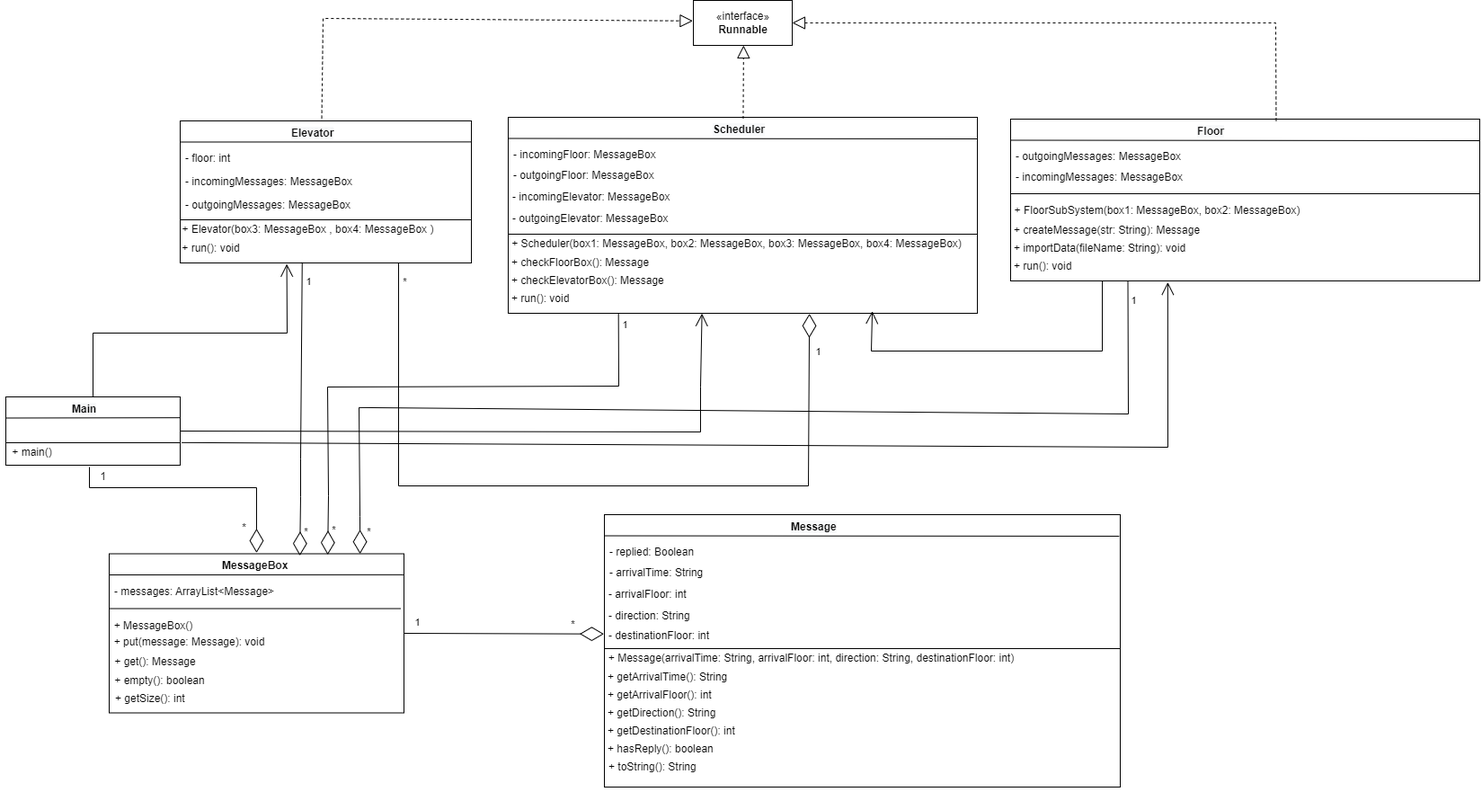
Earlier version of the draw.io export ClassDiagram.png (HamMan39/SYSC3303_ElevatorSimulator). Source tidied: cells renumbered, new cells last; positions are measured from the earlier drawing's top-left corner, leaving out a move shared by most shapes.
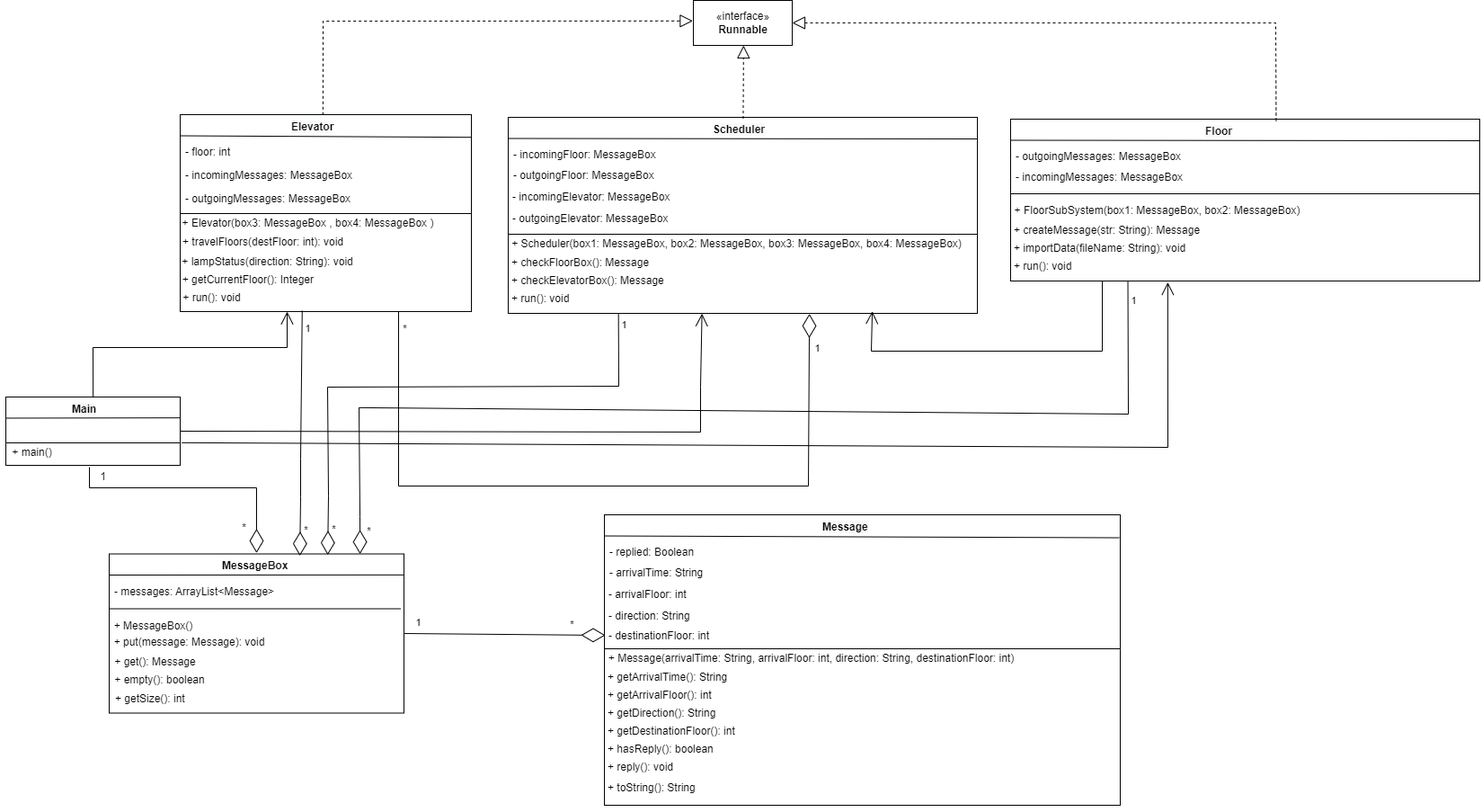
Above is the later version.

Commit message:
Updated class diagram

The edit, as a diff of the source:
```diff
@@ -3,33 +3,33 @@
     <mxCell id="0" />
     <mxCell id="1" parent="0" />
     <mxCell id="2" style="rounded=0;whiteSpace=wrap;html=1;" parent="1" vertex="1">
-      <mxGeometry x="200" y="134" width="324" height="158" as="geometry" />
+      <mxGeometry x="200" y="127" width="324" height="219" as="geometry" />
     </mxCell>
-    <mxCell id="3" style="endArrow=none;html=1;rounded=0;exitX=0;exitY=0.25;exitDx=0;exitDy=0;entryX=1;entryY=0.148;entryDx=0;entryDy=0;entryPerimeter=0;" parent="1" edge="1" target="2">
+    <mxCell id="3" style="endArrow=none;html=1;rounded=0;exitX=0;exitY=0.25;exitDx=0;exitDy=0;entryX=1.001;entryY=0.115;entryDx=0;entryDy=0;entryPerimeter=0;" parent="1" edge="1" target="2">
       <mxGeometry relative="1" as="geometry">
-        <mxPoint x="200" y="157.5" as="sourcePoint" />
+        <mxPoint x="200" y="150.5" as="sourcePoint" />
       </mxGeometry>
     </mxCell>
     <mxCell id="4" value="&lt;span style=&quot;color: rgb(0, 0, 0); font-family: Helvetica; font-size: 12px; font-style: normal; font-variant-ligatures: normal; font-variant-caps: normal; font-weight: 700; letter-spacing: normal; orphans: 2; text-align: center; text-indent: 0px; text-transform: none; widows: 2; word-spacing: 0px; -webkit-text-stroke-width: 0px; background-color: rgb(248, 249, 250); text-decoration-thickness: initial; text-decoration-style: initial; text-decoration-color: initial; float: none; display: inline !important;&quot;&gt;Elevator&lt;/span&gt;" style="text;whiteSpace=wrap;html=1;" parent="1" vertex="1">
-      <mxGeometry x="322" y="134" width="80" height="40" as="geometry" />
+      <mxGeometry x="322" y="127" width="80" height="40" as="geometry" />
     </mxCell>
     <mxCell id="5" value="- floor: int" style="text;align=left;verticalAlign=top;spacingLeft=4;spacingRight=4;overflow=hidden;" parent="1" vertex="1">
-      <mxGeometry x="200" y="162" width="300" height="26" as="geometry" />
+      <mxGeometry x="200" y="155" width="300" height="26" as="geometry" />
     </mxCell>
     <mxCell id="6" value="- incomingMessages: MessageBox " style="text;align=left;verticalAlign=top;spacingLeft=4;spacingRight=4;overflow=hidden;rounded=0;shadow=0;html=0;" parent="1" vertex="1">
-      <mxGeometry x="200" y="188" width="300" height="26" as="geometry" />
+      <mxGeometry x="200" y="181" width="300" height="26" as="geometry" />
     </mxCell>
     <mxCell id="7" value="- outgoingMessages: MessageBox" style="text;align=left;verticalAlign=top;spacingLeft=4;spacingRight=4;overflow=hidden;rounded=0;shadow=0;html=0;" parent="1" vertex="1">
-      <mxGeometry x="200" y="214" width="300" height="26" as="geometry" />
+      <mxGeometry x="200" y="207" width="300" height="26" as="geometry" />
     </mxCell>
     <mxCell id="8" value="+ Elevator(box3: MessageBox , box4: MessageBox )" style="text;html=1;align=center;verticalAlign=middle;strokeColor=none;fillColor=none;" parent="1" vertex="1">
-      <mxGeometry x="192" y="240" width="300" height="30" as="geometry" />
+      <mxGeometry x="192" y="233" width="300" height="30" as="geometry" />
     </mxCell>
     <mxCell id="9" value="+ run(): void" style="text;html=1;align=center;verticalAlign=middle;strokeColor=none;fillColor=none;" parent="1" vertex="1">
-      <mxGeometry x="189" y="261" width="90" height="30" as="geometry" />
+      <mxGeometry x="190" y="316" width="90" height="30" as="geometry" />
     </mxCell>
     <mxCell id="10" style="line;html=1;strokeWidth=1;align=left;verticalAlign=middle;spacingTop=-1;spacingLeft=3;spacingRight=3;labelPosition=right;" parent="1" vertex="1">
-      <mxGeometry x="200" y="240" width="324" height="8" as="geometry" />
+      <mxGeometry x="200" y="233" width="324" height="8" as="geometry" />
     </mxCell>
     <mxCell id="11" style="rounded=0;whiteSpace=wrap;html=1;" parent="1" vertex="1">
       <mxGeometry x="121" y="615.5" width="328" height="177" as="geometry" />
@@ -106,7 +106,7 @@
       <mxGeometry x="567" y="318" width="100" height="40" as="geometry" />
     </mxCell>
     <mxCell id="34" style="rounded=0;whiteSpace=wrap;html=1;" parent="1" vertex="1">
-      <mxGeometry x="672" y="572" width="574" height="303" as="geometry" />
+      <mxGeometry x="672" y="572" width="574" height="323" as="geometry" />
     </mxCell>
     <mxCell id="35" style="endArrow=none;html=1;rounded=0;exitX=0;exitY=0.25;exitDx=0;exitDy=0;entryX=0.998;entryY=0.079;entryDx=0;entryDy=0;entryPerimeter=0;" parent="1" edge="1" target="34">
       <mxGeometry relative="1" as="geometry">
@@ -114,7 +114,7 @@
       </mxGeometry>
     </mxCell>
     <mxCell id="36" value="&lt;span style=&quot;color: rgb(0, 0, 0); font-family: Helvetica; font-size: 12px; font-style: normal; font-variant-ligatures: normal; font-variant-caps: normal; font-weight: 700; letter-spacing: normal; orphans: 2; text-align: center; text-indent: 0px; text-transform: none; widows: 2; word-spacing: 0px; -webkit-text-stroke-width: 0px; background-color: rgb(248, 249, 250); text-decoration-thickness: initial; text-decoration-style: initial; text-decoration-color: initial; float: none; display: inline !important;&quot;&gt;Message&lt;/span&gt;" style="text;whiteSpace=wrap;html=1;" parent="1" vertex="1">
-      <mxGeometry x="878" y="572" width="80" height="40" as="geometry" />
+      <mxGeometry x="913" y="572" width="80" height="40" as="geometry" />
     </mxCell>
     <mxCell id="37" value="- replied: Boolean" style="text;align=left;verticalAlign=top;spacingLeft=4;spacingRight=4;overflow=hidden;" parent="1" vertex="1">
       <mxGeometry x="672" y="600" width="300" height="26" as="geometry" />
@@ -153,7 +153,7 @@
       <mxGeometry x="674" y="819" width="150" height="40" as="geometry" />
     </mxCell>
     <mxCell id="49" value="+ toString(): String" style="text;whiteSpace=wrap;html=1;" parent="1" vertex="1">
-      <mxGeometry x="675" y="839" width="130" height="40" as="geometry" />
+      <mxGeometry x="674" y="862" width="130" height="40" as="geometry" />
     </mxCell>
     <mxCell id="50" style="rounded=0;whiteSpace=wrap;html=1;" parent="1" vertex="1">
       <mxGeometry x="1124" y="132" width="522" height="180" as="geometry" />
@@ -165,7 +165,7 @@
       </mxGeometry>
     </mxCell>
     <mxCell id="52" value="&lt;span style=&quot;color: rgb(0, 0, 0); font-family: Helvetica; font-size: 12px; font-style: normal; font-variant-ligatures: normal; font-variant-caps: normal; font-weight: 700; letter-spacing: normal; orphans: 2; text-align: center; text-indent: 0px; text-transform: none; widows: 2; word-spacing: 0px; -webkit-text-stroke-width: 0px; background-color: rgb(248, 249, 250); text-decoration-thickness: initial; text-decoration-style: initial; text-decoration-color: initial; float: none; display: inline !important;&quot;&gt;Floor&lt;/span&gt;" style="text;whiteSpace=wrap;html=1;" parent="1" vertex="1">
-      <mxGeometry x="1330" y="132" width="80" height="40" as="geometry" />
+      <mxGeometry x="1339" y="132" width="80" height="40" as="geometry" />
     </mxCell>
     <mxCell id="53" value="- outgoingMessages: MessageBox " style="text;align=left;verticalAlign=top;spacingLeft=4;spacingRight=4;overflow=hidden;" parent="1" vertex="1">
       <mxGeometry x="1124" y="160" width="300" height="26" as="geometry" />
@@ -205,10 +205,10 @@
     <mxCell id="64" style="line;html=1;strokeWidth=1;align=left;verticalAlign=middle;spacingTop=-1;spacingLeft=3;spacingRight=3;labelPosition=right;" parent="1" vertex="1">
       <mxGeometry x="6" y="488" width="194" height="8" as="geometry" />
     </mxCell>
-    <mxCell id="65" style="endArrow=block;dashed=1;endFill=0;endSize=12;html=1;rounded=0;exitX=0.444;exitY=-0.071;exitDx=0;exitDy=0;exitPerimeter=0;entryX=-0.005;entryY=0.456;entryDx=0;entryDy=0;entryPerimeter=0;" parent="1" edge="1" source="4" target="21">
+    <mxCell id="65" style="endArrow=block;dashed=1;endFill=0;endSize=12;html=1;rounded=0;entryX=-0.005;entryY=0.456;entryDx=0;entryDy=0;entryPerimeter=0;exitX=0.461;exitY=0.008;exitDx=0;exitDy=0;exitPerimeter=0;" parent="1" edge="1" source="4" target="21">
       <mxGeometry relative="1" as="geometry">
         <Array as="points">
-          <mxPoint x="359" y="20" />
+          <mxPoint x="359" y="23" />
         </Array>
       </mxGeometry>
     </mxCell>
@@ -225,11 +225,12 @@
         </Array>
       </mxGeometry>
     </mxCell>
-    <mxCell id="68" style="endArrow=open;endFill=1;endSize=12;html=1;rounded=0;exitX=0.5;exitY=0;exitDx=0;exitDy=0;entryX=0.366;entryY=1.007;entryDx=0;entryDy=0;entryPerimeter=0;" parent="1" edge="1" source="60" target="2">
+    <mxCell id="68" style="endArrow=open;endFill=1;endSize=12;html=1;rounded=0;exitX=0.314;exitY=-0.013;exitDx=0;exitDy=0;exitPerimeter=0;" parent="1" edge="1" source="62">
       <mxGeometry relative="1" as="geometry">
+        <mxPoint x="319" y="346" as="targetPoint" />
         <Array as="points">
-          <mxPoint x="103" y="370" />
-          <mxPoint x="319" y="370" />
+          <mxPoint x="103" y="386" />
+          <mxPoint x="319" y="386" />
         </Array>
       </mxGeometry>
     </mxCell>
@@ -279,7 +280,7 @@
     </mxCell>
     <mxCell id="76" value="*" style="edgeLabel;html=1;align=center;verticalAlign=middle;" parent="74" vertex="1">
       <mxGeometry x="0.75" y="1" relative="1" as="geometry">
-        <mxPoint x="4" y="13" as="offset" />
+        <mxPoint x="5" y="4" as="offset" />
       </mxGeometry>
     </mxCell>
     <mxCell id="77" style="endArrow=diamondThin;endFill=0;endSize=24;html=1;rounded=0;entryX=0.723;entryY=0.012;entryDx=0;entryDy=0;entryPerimeter=0;exitX=0.235;exitY=1;exitDx=0;exitDy=0;exitPerimeter=0;" parent="1" edge="1" source="22">
@@ -302,8 +303,10 @@
         <mxPoint x="4" y="45" as="offset" />
       </mxGeometry>
     </mxCell>
-    <mxCell id="80" style="endArrow=diamondThin;endFill=0;endSize=24;html=1;rounded=0;exitX=1;exitY=0.5;exitDx=0;exitDy=0;entryX=-0.001;entryY=0.438;entryDx=0;entryDy=0;entryPerimeter=0;" parent="1" edge="1" source="11" target="34">
-      <mxGeometry relative="1" as="geometry" />
+    <mxCell id="80" style="endArrow=diamondThin;endFill=0;endSize=24;html=1;rounded=0;exitX=1;exitY=0.5;exitDx=0;exitDy=0;" parent="1" edge="1" source="11">
+      <mxGeometry relative="1" as="geometry">
+        <mxPoint x="673" y="706" as="targetPoint" />
+      </mxGeometry>
     </mxCell>
     <mxCell id="81" value="1" style="edgeLabel;html=1;align=center;verticalAlign=middle;" parent="80" vertex="1">
       <mxGeometry x="-0.87" y="2" relative="1" as="geometry">
@@ -360,5 +363,17 @@
         <mxPoint x="6" y="-8" as="offset" />
       </mxGeometry>
     </mxCell>
+    <mxCell id="90" value="+ reply(): void" style="text;whiteSpace=wrap;html=1;" parent="1" vertex="1">
+      <mxGeometry x="674" y="839" width="150" height="40" as="geometry" />
+    </mxCell>
+    <mxCell id="91" value="+&amp;nbsp;travelFloors(destFloor: int): void" style="text;html=1;align=center;verticalAlign=middle;strokeColor=none;fillColor=none;" parent="1" vertex="1">
+      <mxGeometry x="192" y="254" width="200" height="30" as="geometry" />
+    </mxCell>
+    <mxCell id="92" value="+&amp;nbsp;lampStatus(direction: String): void" style="text;html=1;align=center;verticalAlign=middle;strokeColor=none;fillColor=none;" parent="1" vertex="1">
+      <mxGeometry x="192" y="276" width="210" height="30" as="geometry" />
+    </mxCell>
+    <mxCell id="93" value="+&amp;nbsp;getCurrentFloor():&amp;nbsp;Integer&amp;nbsp;" style="text;html=1;align=center;verticalAlign=middle;strokeColor=none;fillColor=none;" parent="1" vertex="1">
+      <mxGeometry x="192" y="296" width="170" height="30" as="geometry" />
+    </mxCell>
   </root>
 </mxGraphModel>
```
